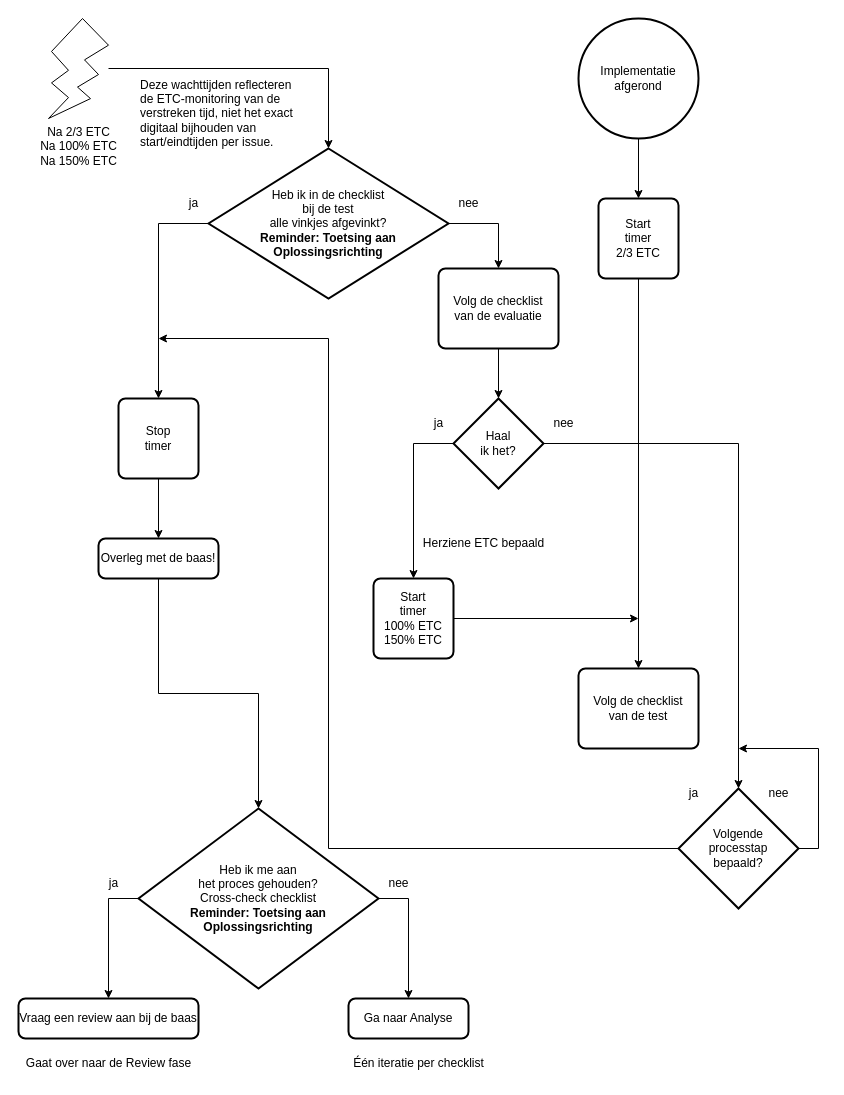
Before: 5 Issue Tracker test.drawio in Zaibatsu89/IssueTracker, a draw.io diagram. Source tidied: cells renumbered, new cells numbered last; positions are measured from the earlier drawing's top-left corner, leaving out a move shared by most shapes. Both pictures are drawn from the tidied source at 100%, with x=0, y=0 at pixel (18, 18).
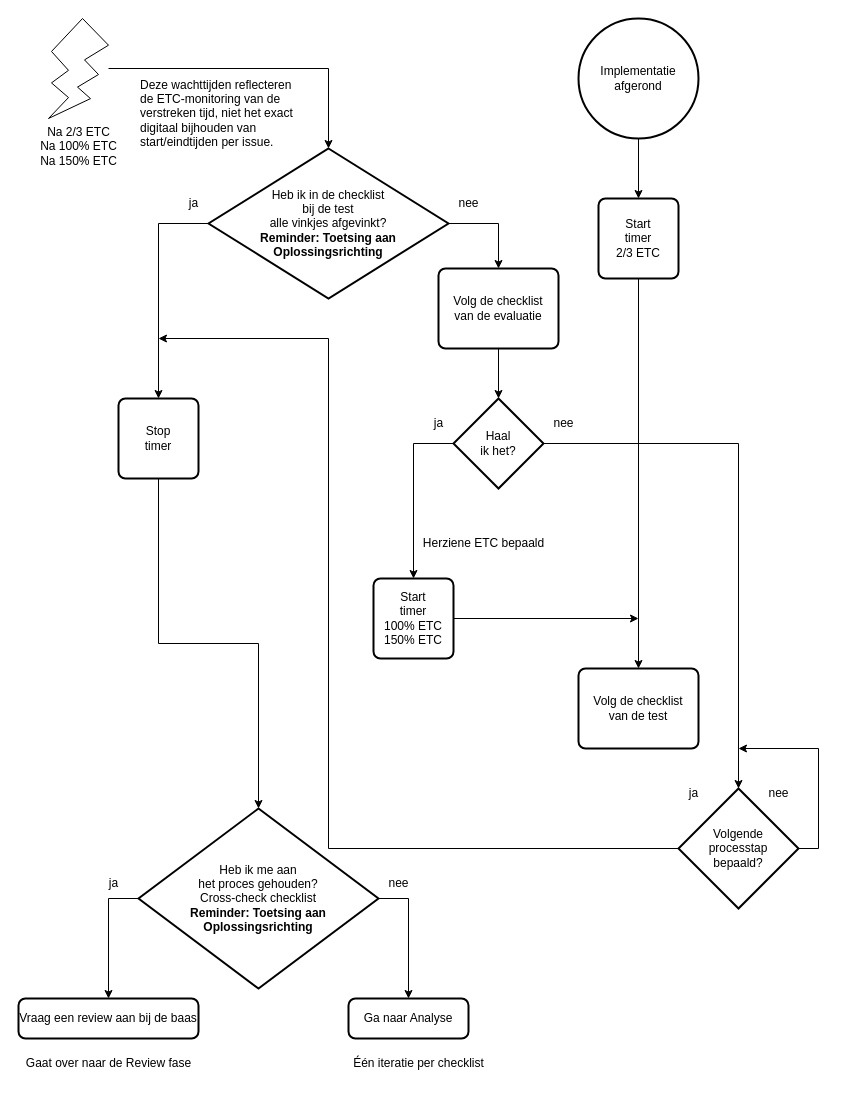
The same page after the edit.

Commit message:
Haal "Overleg met de baas!" weg in test flowchart

Unchanged cells that the change refers to:
```xml
<mxCell id="15" value="Heb ik me aan&lt;br&gt;het proces gehouden?&lt;br&gt;Cross-check checklist&lt;br&gt;&lt;b&gt;Reminder: Toetsing aan Oplossingsrichting&lt;/b&gt;" style="strokeWidth=2;html=1;shape=mxgraph.flowchart.decision;whiteSpace=wrap;" parent="1" vertex="1">
  <mxGeometry x="120" y="790" width="240" height="180" as="geometry" />
</mxCell>
<mxCell id="36" value="Stop&lt;br&gt;timer" style="rounded=1;whiteSpace=wrap;html=1;absoluteArcSize=1;arcSize=14;strokeWidth=2;" parent="1" vertex="1">
  <mxGeometry x="100" y="380" width="80" height="80" as="geometry" />
</mxCell>
```

Diff of the diagram source:
```diff
@@
-    <mxCell id="12" value="Overleg met de baas!" style="rounded=1;whiteSpace=wrap;html=1;absoluteArcSize=1;arcSize=14;strokeWidth=2;" parent="1" vertex="1">
-      <mxGeometry x="80" y="520" width="120" height="40" as="geometry" />
-    </mxCell>
@@
-    <mxCell id="18" style="edgeStyle=orthogonalEdgeStyle;rounded=0;jettySize=auto;html=1;exitX=0.5;exitY=1;exitDx=0;exitDy=0;entryX=0.5;entryY=0;entryDx=0;entryDy=0;entryPerimeter=0;" parent="1" edge="1" source="12" target="15">
+    <mxCell id="18" style="edgeStyle=orthogonalEdgeStyle;rounded=0;jettySize=auto;html=1;exitX=0.5;exitY=1;exitDx=0;exitDy=0;entryX=0.5;entryY=0;entryDx=0;entryDy=0;entryPerimeter=0;" parent="1" edge="1" source="36" target="15">
       <mxGeometry relative="1" as="geometry" />
     </mxCell>
@@
-    <mxCell id="35" style="edgeStyle=orthogonalEdgeStyle;rounded=0;jettySize=auto;html=1;entryX=0.5;entryY=0;entryDx=0;entryDy=0;" parent="1" edge="1" source="36" target="12">
-      <mxGeometry relative="1" as="geometry" />
-    </mxCell>
```
